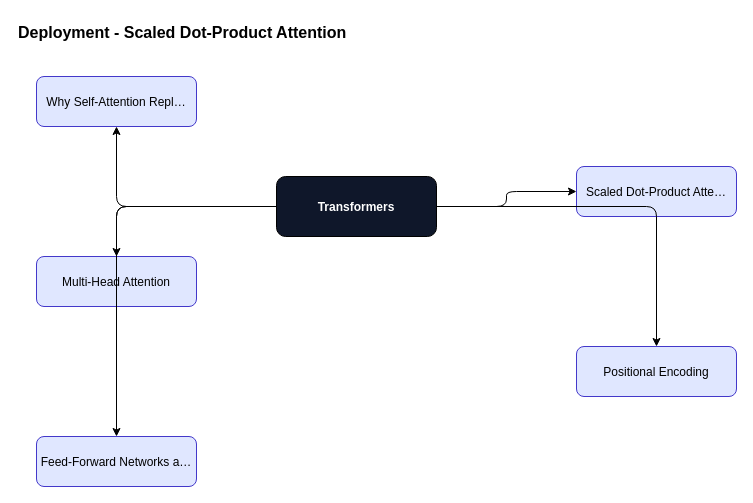
ankit05121980/AI-University keeps this draw.io diagram as content/transformers/transformers-foundations/diagrams/fig-002-deployment.drawio. Above is the earlier version. Source tidied: cells renumbered, new cells numbered last; positions are measured from the earlier drawing's top-left corner, leaving out a move shared by most shapes. Both pictures are drawn from the tidied source at 100%, with x=0, y=0 at pixel (16, 16).
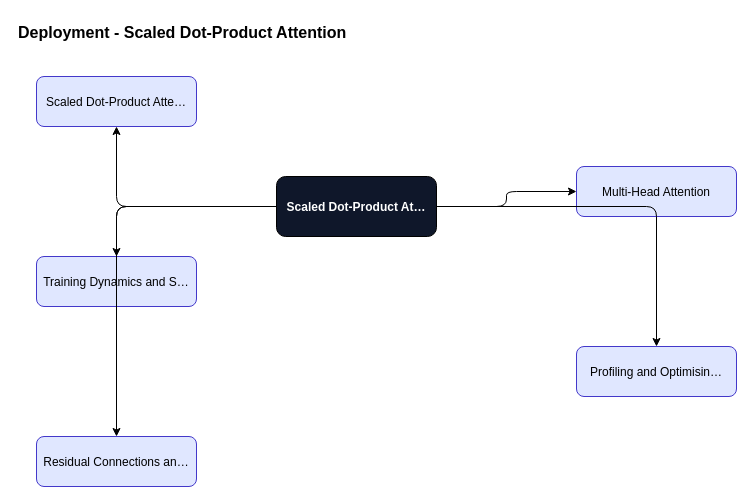
The same page after the edit.

Change to the diagram source:
```diff
@@
 <mxGraphModel>
   <root>
     <mxCell id="0" />
     <mxCell id="1" parent="0" />
     <mxCell id="2" value="Deployment - Scaled Dot-Product Attention" style="text;fontSize=16;fontStyle=1;" parent="1" vertex="1">
       <mxGeometry width="600" height="30" as="geometry" />
     </mxCell>
-    <mxCell id="3" value="Transformers" style="rounded=1;fillColor=#0f172a;fontColor=#ffffff;fontStyle=1;" parent="1" vertex="1">
+    <mxCell id="3" value="Scaled Dot-Product At…" style="rounded=1;fillColor=#0f172a;fontColor=#ffffff;fontStyle=1;" parent="1" vertex="1">
       <mxGeometry x="260" y="160" width="160" height="60" as="geometry" />
     </mxCell>
-    <mxCell id="4" value="Why Self-Attention Repl…" style="rounded=1;fillColor=#e0e7ff;strokeColor=#4338ca;" parent="1" vertex="1">
+    <mxCell id="4" value="Scaled Dot-Product Atte…" style="rounded=1;fillColor=#e0e7ff;strokeColor=#4338ca;" parent="1" vertex="1">
       <mxGeometry x="20" y="60" width="160" height="50" as="geometry" />
     </mxCell>
     <mxCell id="5" style="edgeStyle=orthogonalEdgeStyle;" parent="1" edge="1" source="3" target="4">
       <mxGeometry relative="1" as="geometry" />
     </mxCell>
-    <mxCell id="6" value="Scaled Dot-Product Atte…" style="rounded=1;fillColor=#e0e7ff;strokeColor=#4338ca;" parent="1" vertex="1">
+    <mxCell id="6" value="Multi-Head Attention" style="rounded=1;fillColor=#e0e7ff;strokeColor=#4338ca;" parent="1" vertex="1">
       <mxGeometry x="560" y="150" width="160" height="50" as="geometry" />
     </mxCell>
     <mxCell id="7" style="edgeStyle=orthogonalEdgeStyle;" parent="1" edge="1" source="3" target="6">
       <mxGeometry relative="1" as="geometry" />
     </mxCell>
-    <mxCell id="8" value="Multi-Head Attention" style="rounded=1;fillColor=#e0e7ff;strokeColor=#4338ca;" parent="1" vertex="1">
+    <mxCell id="8" value="Training Dynamics and S…" style="rounded=1;fillColor=#e0e7ff;strokeColor=#4338ca;" parent="1" vertex="1">
       <mxGeometry x="20" y="240" width="160" height="50" as="geometry" />
     </mxCell>
     <mxCell id="9" style="edgeStyle=orthogonalEdgeStyle;" parent="1" edge="1" source="3" target="8">
       <mxGeometry relative="1" as="geometry" />
     </mxCell>
-    <mxCell id="10" value="Positional Encoding" style="rounded=1;fillColor=#e0e7ff;strokeColor=#4338ca;" parent="1" vertex="1">
+    <mxCell id="10" value="Profiling and Optimisin…" style="rounded=1;fillColor=#e0e7ff;strokeColor=#4338ca;" parent="1" vertex="1">
       <mxGeometry x="560" y="330" width="160" height="50" as="geometry" />
     </mxCell>
     <mxCell id="11" style="edgeStyle=orthogonalEdgeStyle;" parent="1" edge="1" source="3" target="10">
       <mxGeometry relative="1" as="geometry" />
     </mxCell>
-    <mxCell id="12" value="Feed-Forward Networks a…" style="rounded=1;fillColor=#e0e7ff;strokeColor=#4338ca;" parent="1" vertex="1">
+    <mxCell id="12" value="Residual Connections an…" style="rounded=1;fillColor=#e0e7ff;strokeColor=#4338ca;" parent="1" vertex="1">
       <mxGeometry x="20" y="420" width="160" height="50" as="geometry" />
     </mxCell>
     <mxCell id="13" style="edgeStyle=orthogonalEdgeStyle;" parent="1" edge="1" source="3" target="12">
       <mxGeometry relative="1" as="geometry" />
     </mxCell>
   </root>
 </mxGraphModel>
```
